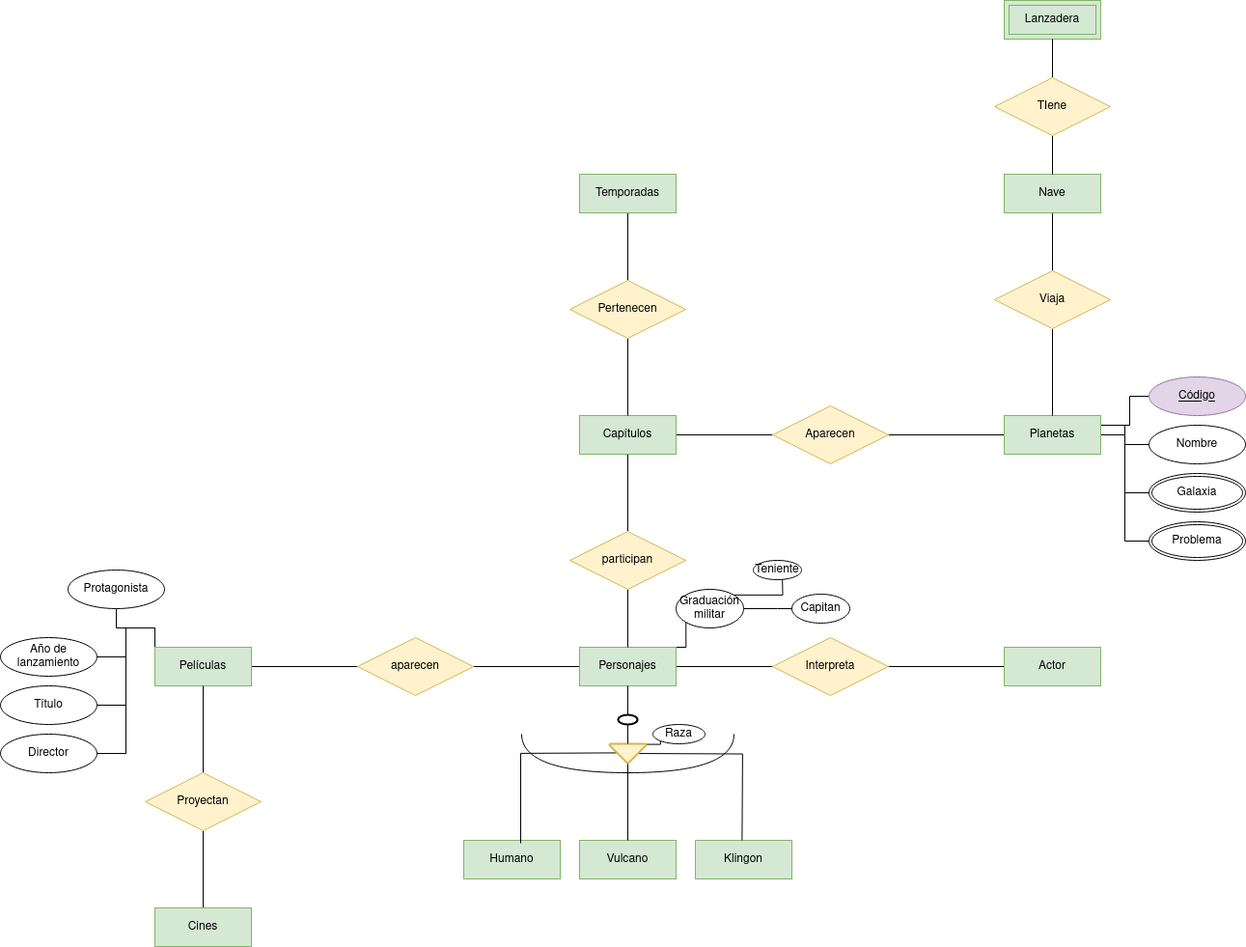
jdrguez/2-Daw keeps this draw.io diagram as Unidad-1/Tareas/Tarea-evaluable3/Diagrama sin título.drawio.png. Above is the earlier version. Source tidied: cells renumbered, new cells last; positions are measured from the earlier drawing's top-left corner, leaving out a move shared by most shapes.
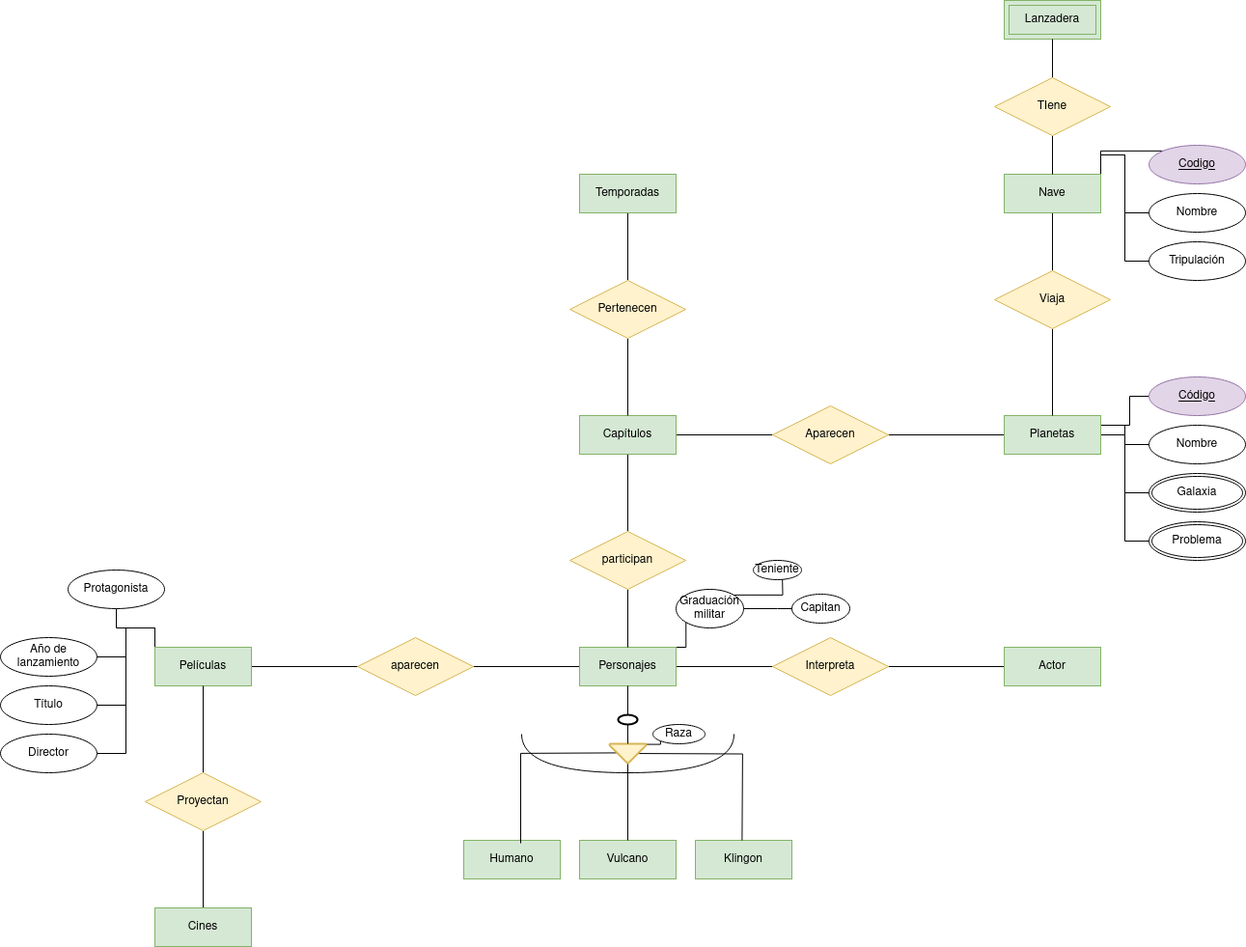
After the commit.

Diff of the diagram source:
```diff
@@ -153,6 +153,15 @@
     <mxCell id="48" style="edgeStyle=orthogonalEdgeStyle;rounded=0;jettySize=auto;html=1;exitX=0.5;exitY=1;exitDx=0;exitDy=0;entryX=0.5;entryY=0;entryDx=0;entryDy=0;endArrow=none;endFill=0;" parent="1" edge="1" source="49" target="51">
       <mxGeometry relative="1" as="geometry" />
     </mxCell>
+    <mxCell id="70" style="edgeStyle=orthogonalEdgeStyle;rounded=0;jettySize=auto;html=1;exitX=1;exitY=0;exitDx=0;exitDy=0;entryX=0;entryY=0;entryDx=0;entryDy=0;endArrow=none;endFill=0;" parent="1" edge="1" source="49" target="73">
+      <mxGeometry relative="1" as="geometry" />
+    </mxCell>
+    <mxCell id="71" style="edgeStyle=orthogonalEdgeStyle;rounded=0;jettySize=auto;html=1;exitX=1;exitY=0;exitDx=0;exitDy=0;entryX=0;entryY=0.5;entryDx=0;entryDy=0;endArrow=none;endFill=0;" parent="1" edge="1" source="49" target="74">
+      <mxGeometry relative="1" as="geometry" />
+    </mxCell>
+    <mxCell id="72" style="edgeStyle=orthogonalEdgeStyle;rounded=0;jettySize=auto;html=1;exitX=1;exitY=0;exitDx=0;exitDy=0;entryX=0;entryY=0.5;entryDx=0;entryDy=0;endArrow=none;endFill=0;" parent="1" edge="1" source="49" target="75">
+      <mxGeometry relative="1" as="geometry" />
+    </mxCell>
     <mxCell id="49" value="Nave" style="whiteSpace=wrap;html=1;align=center;fillColor=#d5e8d4;strokeColor=#82b366;" parent="1" vertex="1">
       <mxGeometry x="1040" y="180" width="100" height="40" as="geometry" />
     </mxCell>
@@ -220,5 +229,14 @@
     <mxCell id="69" value="Problema" style="ellipse;shape=doubleEllipse;margin=3;whiteSpace=wrap;html=1;align=center;" parent="1" vertex="1">
       <mxGeometry x="1190" y="540" width="100" height="40" as="geometry" />
     </mxCell>
+    <mxCell id="73" value="Codigo" style="ellipse;whiteSpace=wrap;html=1;align=center;fontStyle=4;fillColor=#e1d5e7;strokeColor=#9673a6;" parent="1" vertex="1">
+      <mxGeometry x="1190" y="150" width="100" height="40" as="geometry" />
+    </mxCell>
+    <mxCell id="74" value="Nombre" style="ellipse;whiteSpace=wrap;html=1;align=center;" parent="1" vertex="1">
+      <mxGeometry x="1190" y="200" width="100" height="40" as="geometry" />
+    </mxCell>
+    <mxCell id="75" value="Tripulación" style="ellipse;whiteSpace=wrap;html=1;align=center;" parent="1" vertex="1">
+      <mxGeometry x="1190" y="250" width="100" height="40" as="geometry" />
+    </mxCell>
   </root>
 </mxGraphModel>
```
